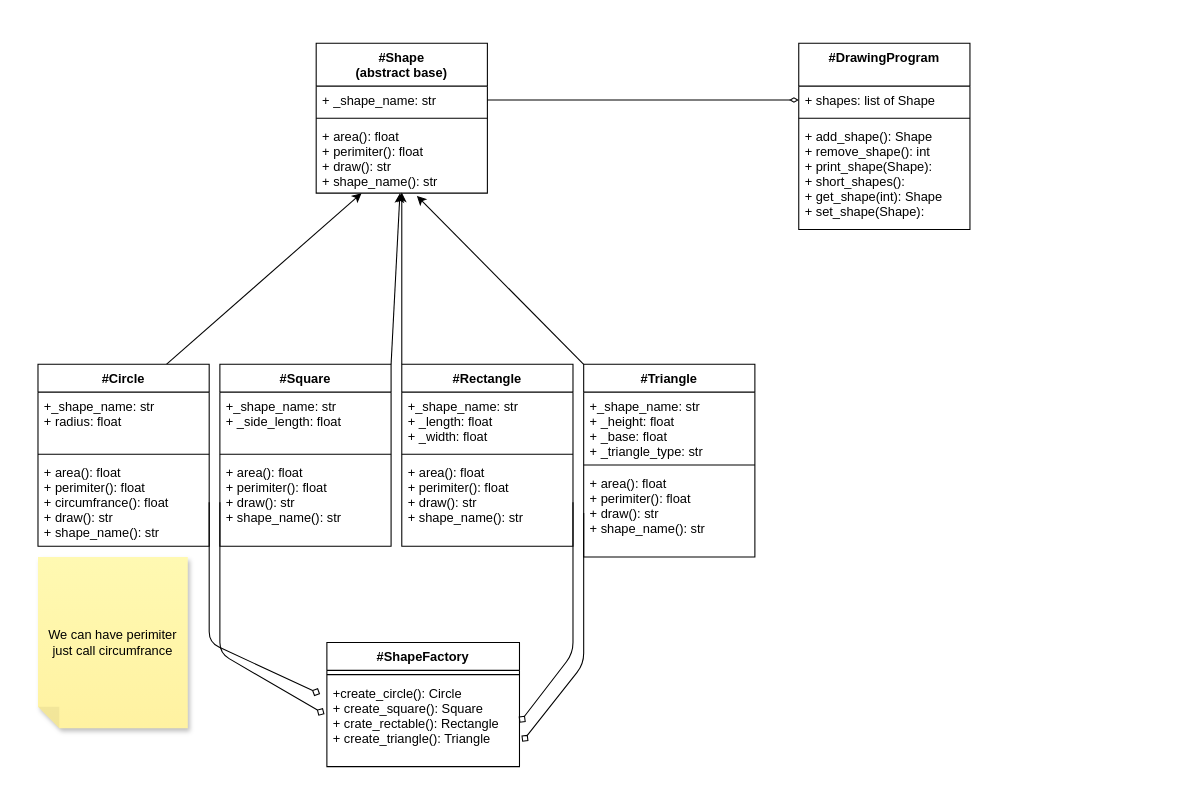
Earlier version of the draw.io diagram doc/drawing_program_classes.drawio (warlicks/drawing_program). Source tidied: cells renumbered, new cells numbered last; positions are measured from the earlier drawing's top-left corner, leaving out a move shared by most shapes. Both pictures are drawn from the tidied source at 107%, with x=0, y=0 at pixel (37, 43).
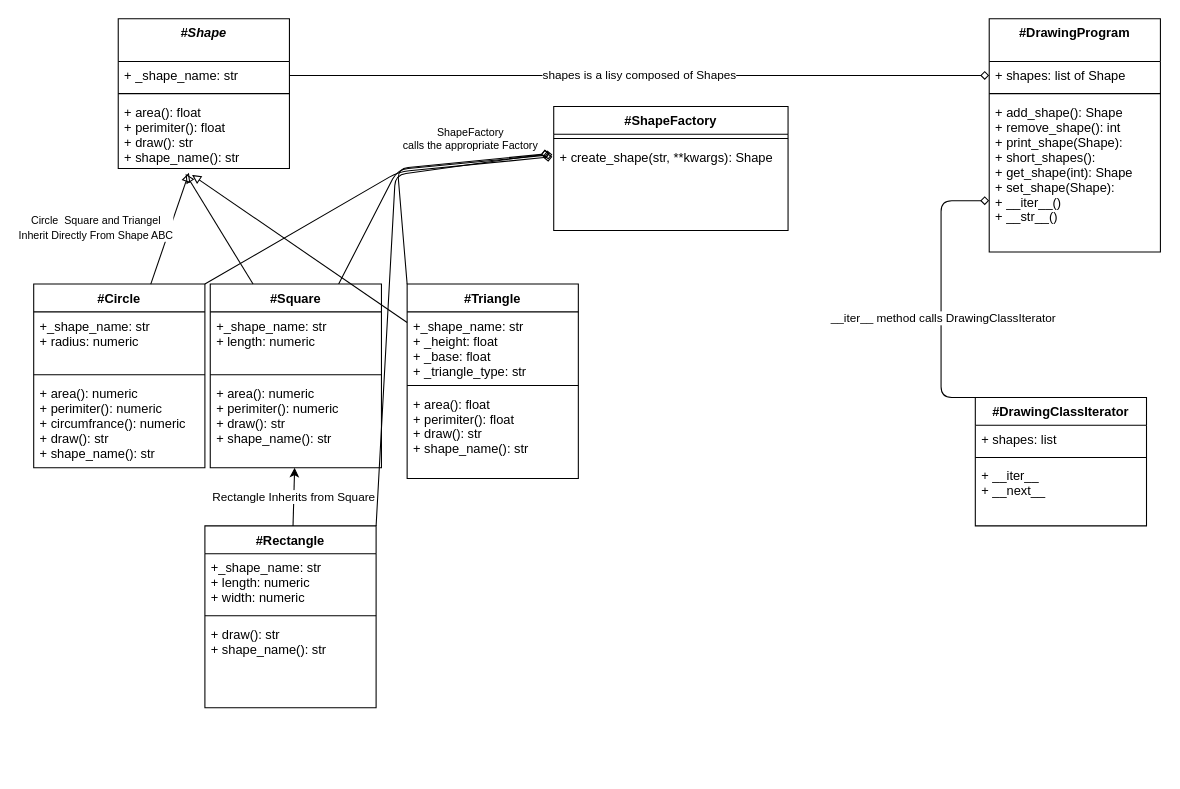
After the change.

Commit message (it also covers changes not shown here):
Update UML Diagram.

The change refers to these unchanged cells:
```xml
<mxCell id="3" value="+ _shape_name: str" style="text;strokeColor=none;fillColor=none;align=left;verticalAlign=top;spacingLeft=4;spacingRight=4;overflow=hidden;points=[[0,0.5],[1,0.5]];portConstraint=eastwest;" parent="2" vertex="1">
  <mxGeometry y="40" width="160" height="26" as="geometry" />
</mxCell>
<mxCell id="5" value="+ area(): float&#10;+ perimiter(): float&#10;+ draw(): str&#10;+ shape_name(): str&#10;" style="text;strokeColor=none;fillColor=none;align=left;verticalAlign=top;spacingLeft=4;spacingRight=4;overflow=hidden;points=[[0,0.5],[1,0.5]];portConstraint=eastwest;" parent="2" vertex="1">
  <mxGeometry y="74" width="160" height="66" as="geometry" />
</mxCell>
```

The edit, as a diff of the source:
```diff
@@
-    <mxCell id="2" value="#Shape&#10;(abstract base)" style="swimlane;fontStyle=1;align=center;verticalAlign=top;horizontal=1;startSize=40;" parent="1" vertex="1">
-      <mxGeometry x="260" width="160" height="140" as="geometry" />
+    <mxCell id="2" value="#Shape" style="swimlane;fontStyle=3;align=center;verticalAlign=top;horizontal=1;startSize=40;" parent="1" vertex="1">
+      <mxGeometry x="75" y="-23" width="160" height="140" as="geometry" />
     </mxCell>
@@
-    <mxCell id="6" style="edgeStyle=none;html=1;exitX=0.75;exitY=0;exitDx=0;exitDy=0;" parent="1" edge="1" source="7" target="5">
-      <mxGeometry relative="1" as="geometry" />
-    </mxCell>
+    <mxCell id="39" style="edgeStyle=none;html=1;exitX=1;exitY=0;exitDx=0;exitDy=0;entryX=-0.006;entryY=0.159;entryDx=0;entryDy=0;entryPerimeter=0;endArrow=diamond;endFill=0;" parent="1" edge="1" source="7" target="29">
+      <mxGeometry relative="1" as="geometry">
+        <Array as="points">
+          <mxPoint x="337" y="120" />
+        </Array>
+      </mxGeometry>
+    </mxCell>
+    <mxCell id="40" style="edgeStyle=none;html=1;exitX=0.75;exitY=0;exitDx=0;exitDy=0;entryX=-0.006;entryY=0.134;entryDx=0;entryDy=0;entryPerimeter=0;endArrow=diamond;endFill=0;" parent="1" edge="1" source="12" target="29">
+      <mxGeometry relative="1" as="geometry">
+        <Array as="points">
+          <mxPoint x="336" y="118" />
+        </Array>
+      </mxGeometry>
+    </mxCell>
+    <mxCell id="41" value="Rectangle Inherits from Square" style="edgeStyle=none;html=1;" parent="1" edge="1" source="17" target="15">
+      <mxGeometry relative="1" as="geometry" />
+    </mxCell>
+    <mxCell id="42" style="edgeStyle=none;html=1;exitX=1;exitY=0;exitDx=0;exitDy=0;entryX=-0.017;entryY=0.122;entryDx=0;entryDy=0;entryPerimeter=0;endArrow=diamond;endFill=0;" parent="1" edge="1" source="17" target="29">
+      <mxGeometry relative="1" as="geometry">
+        <Array as="points">
+          <mxPoint x="334" y="123" />
+        </Array>
+      </mxGeometry>
+    </mxCell>
+    <mxCell id="17" value="#Rectangle" style="swimlane;fontStyle=1;align=center;verticalAlign=top;horizontal=1;startSize=26;" parent="1" vertex="1">
+      <mxGeometry x="156" y="451" width="160" height="170" as="geometry" />
+    </mxCell>
+    <mxCell id="18" value="+_shape_name: str&#10;+ length: numeric&#10;+ width: numeric" style="text;strokeColor=none;fillColor=none;align=left;verticalAlign=top;spacingLeft=4;spacingRight=4;overflow=hidden;" parent="17" vertex="1">
+      <mxGeometry y="26" width="160" height="54" as="geometry" />
+    </mxCell>
+    <mxCell id="19" style="line;strokeWidth=1;fillColor=none;align=left;verticalAlign=middle;spacingTop=-1;spacingLeft=3;spacingRight=3;labelPosition=right;strokeColor=inherit;" parent="17" vertex="1">
+      <mxGeometry y="80" width="160" height="8" as="geometry" />
+    </mxCell>
+    <mxCell id="20" value="+ draw(): str&#10;+ shape_name(): str&#10;" style="text;strokeColor=none;fillColor=none;align=left;verticalAlign=top;spacingLeft=4;spacingRight=4;overflow=hidden;points=[[0,0.5],[1,0.5]];portConstraint=eastwest;" parent="17" vertex="1">
+      <mxGeometry y="88" width="160" height="82" as="geometry" />
+    </mxCell>
+    <mxCell id="43" style="edgeStyle=none;html=1;exitX=0;exitY=0;exitDx=0;exitDy=0;entryX=-0.017;entryY=0.122;entryDx=0;entryDy=0;entryPerimeter=0;endArrow=diamond;endFill=0;" parent="1" edge="1" source="23" target="29">
+      <mxGeometry relative="1" as="geometry">
+        <Array as="points">
+          <mxPoint x="336" y="117" />
+        </Array>
+      </mxGeometry>
+    </mxCell>
+    <mxCell id="27" value="#ShapeFactory" style="swimlane;fontStyle=1;align=center;verticalAlign=top;horizontal=1;startSize=26;" parent="1" vertex="1">
+      <mxGeometry x="482" y="59" width="219" height="116" as="geometry" />
+    </mxCell>
+    <mxCell id="28" style="line;strokeWidth=1;fillColor=none;align=left;verticalAlign=middle;spacingTop=-1;spacingLeft=3;spacingRight=3;labelPosition=right;strokeColor=inherit;" parent="27" vertex="1">
+      <mxGeometry y="26" width="219" height="8" as="geometry" />
+    </mxCell>
+    <mxCell id="29" value="+ create_shape(str, **kwargs): Shape" style="text;strokeColor=none;fillColor=none;align=left;verticalAlign=top;spacingLeft=4;spacingRight=4;overflow=hidden;points=[[0,0.5],[1,0.5]];portConstraint=eastwest;" parent="27" vertex="1">
+      <mxGeometry y="34" width="219" height="82" as="geometry" />
+    </mxCell>
+    <mxCell id="34" value="#DrawingProgram" style="swimlane;fontStyle=1;align=center;verticalAlign=top;horizontal=1;startSize=40;" parent="1" vertex="1">
+      <mxGeometry x="889" y="-23" width="160" height="218" as="geometry" />
+    </mxCell>
+    <mxCell id="35" value="+ shapes: list of Shape" style="text;strokeColor=none;fillColor=none;align=left;verticalAlign=top;spacingLeft=4;spacingRight=4;overflow=hidden;points=[[0,0.5],[1,0.5]];portConstraint=eastwest;" parent="34" vertex="1">
+      <mxGeometry y="40" width="160" height="26" as="geometry" />
+    </mxCell>
+    <mxCell id="36" style="line;strokeWidth=1;fillColor=none;align=left;verticalAlign=middle;spacingTop=-1;spacingLeft=3;spacingRight=3;labelPosition=right;strokeColor=inherit;" parent="34" vertex="1">
+      <mxGeometry y="66" width="160" height="8" as="geometry" />
+    </mxCell>
+    <mxCell id="37" value="+ add_shape(): Shape&#10;+ remove_shape(): int&#10;+ print_shape(Shape):&#10;+ short_shapes():&#10;+ get_shape(int): Shape&#10;+ set_shape(Shape): &#10;+ __iter__()&#10;+ __str__()" style="text;strokeColor=none;fillColor=none;align=left;verticalAlign=top;spacingLeft=4;spacingRight=4;overflow=hidden;points=[[0,0.5],[1,0.5]];portConstraint=eastwest;" parent="34" vertex="1">
+      <mxGeometry y="74" width="160" height="144" as="geometry" />
+    </mxCell>
+    <mxCell id="44" style="group;" parent="1" vertex="1">
+      <mxGeometry x="-4" y="225" width="509" height="182" as="geometry" />
+    </mxCell>
-    <mxCell id="7" value="#Circle" style="swimlane;fontStyle=1;align=center;verticalAlign=top;horizontal=1;startSize=26;" parent="1" vertex="1">
-      <mxGeometry y="300" width="160" height="170" as="geometry" />
+    <mxCell id="7" value="#Circle" style="swimlane;fontStyle=1;align=center;verticalAlign=top;horizontal=1;startSize=26;" parent="44" vertex="1">
+      <mxGeometry width="160" height="171.6" as="geometry" />
     </mxCell>
-    <mxCell id="8" value="+_shape_name: str&#10;+ radius: float" style="text;strokeColor=none;fillColor=none;align=left;verticalAlign=top;spacingLeft=4;spacingRight=4;overflow=hidden;" parent="7" vertex="1">
-      <mxGeometry y="26" width="160" height="54" as="geometry" />
+    <mxCell id="8" value="+_shape_name: str&#10;+ radius: numeric" style="text;strokeColor=none;fillColor=none;align=left;verticalAlign=top;spacingLeft=4;spacingRight=4;overflow=hidden;" parent="7" vertex="1">
+      <mxGeometry y="26" width="160" height="54.6" as="geometry" />
     </mxCell>
     <mxCell id="9" style="line;strokeWidth=1;fillColor=none;align=left;verticalAlign=middle;spacingTop=-1;spacingLeft=3;spacingRight=3;labelPosition=right;strokeColor=inherit;" parent="7" vertex="1">
-      <mxGeometry y="80" width="160" height="8" as="geometry" />
+      <mxGeometry y="80.6" width="160" height="8.1" as="geometry" />
     </mxCell>
-    <mxCell id="10" value="+ area(): float&#10;+ perimiter(): float&#10;+ circumfrance(): float&#10;+ draw(): str&#10;+ shape_name(): str&#10;" style="text;strokeColor=none;fillColor=none;align=left;verticalAlign=top;spacingLeft=4;spacingRight=4;overflow=hidden;points=[[0,0.5],[1,0.5]];portConstraint=eastwest;" parent="7" vertex="1">
-      <mxGeometry y="88" width="160" height="82" as="geometry" />
+    <mxCell id="10" value="+ area(): numeric&#10;+ perimiter(): numeric&#10;+ circumfrance(): numeric&#10;+ draw(): str&#10;+ shape_name(): str&#10;" style="text;strokeColor=none;fillColor=none;align=left;verticalAlign=top;spacingLeft=4;spacingRight=4;overflow=hidden;points=[[0,0.5],[1,0.5]];portConstraint=eastwest;" parent="7" vertex="1">
+      <mxGeometry y="88.7" width="160" height="82.9" as="geometry" />
     </mxCell>
-    <mxCell id="11" style="edgeStyle=none;html=1;exitX=1;exitY=0;exitDx=0;exitDy=0;" parent="1" edge="1" source="12" target="5">
-      <mxGeometry relative="1" as="geometry" />
-    </mxCell>
-    <mxCell id="12" value="#Square" style="swimlane;fontStyle=1;align=center;verticalAlign=top;horizontal=1;startSize=26;" parent="1" vertex="1">
-      <mxGeometry x="170" y="300" width="160" height="170" as="geometry" />
+    <mxCell id="12" value="#Square" style="swimlane;fontStyle=1;align=center;verticalAlign=top;horizontal=1;startSize=26;" parent="44" vertex="1">
+      <mxGeometry x="165" width="160" height="171.6" as="geometry" />
     </mxCell>
-    <mxCell id="13" value="+_shape_name: str&#10;+ _side_length: float" style="text;strokeColor=none;fillColor=none;align=left;verticalAlign=top;spacingLeft=4;spacingRight=4;overflow=hidden;" parent="12" vertex="1">
-      <mxGeometry y="26" width="160" height="54" as="geometry" />
+    <mxCell id="13" value="+_shape_name: str&#10;+ length: numeric" style="text;strokeColor=none;fillColor=none;align=left;verticalAlign=top;spacingLeft=4;spacingRight=4;overflow=hidden;" parent="12" vertex="1">
+      <mxGeometry y="26" width="160" height="54.6" as="geometry" />
     </mxCell>
     <mxCell id="14" style="line;strokeWidth=1;fillColor=none;align=left;verticalAlign=middle;spacingTop=-1;spacingLeft=3;spacingRight=3;labelPosition=right;strokeColor=inherit;" parent="12" vertex="1">
-      <mxGeometry y="80" width="160" height="8" as="geometry" />
+      <mxGeometry y="80.6" width="160" height="8.1" as="geometry" />
     </mxCell>
-    <mxCell id="15" value="+ area(): float&#10;+ perimiter(): float&#10;+ draw(): str&#10;+ shape_name(): str&#10;" style="text;strokeColor=none;fillColor=none;align=left;verticalAlign=top;spacingLeft=4;spacingRight=4;overflow=hidden;points=[[0,0.5],[1,0.5]];portConstraint=eastwest;" parent="12" vertex="1">
-      <mxGeometry y="88" width="160" height="82" as="geometry" />
+    <mxCell id="15" value="+ area(): numeric&#10;+ perimiter(): numeric&#10;+ draw(): str&#10;+ shape_name(): str&#10;" style="text;strokeColor=none;fillColor=none;align=left;verticalAlign=top;spacingLeft=4;spacingRight=4;overflow=hidden;points=[[0,0.5],[1,0.5]];portConstraint=eastwest;" parent="12" vertex="1">
+      <mxGeometry y="88.7" width="160" height="82.9" as="geometry" />
     </mxCell>
-    <mxCell id="16" style="edgeStyle=none;html=1;exitX=0;exitY=0;exitDx=0;exitDy=0;entryX=0.5;entryY=0.992;entryDx=0;entryDy=0;entryPerimeter=0;" parent="1" edge="1" source="17" target="5">
-      <mxGeometry relative="1" as="geometry" />
-    </mxCell>
-    <mxCell id="17" value="#Rectangle" style="swimlane;fontStyle=1;align=center;verticalAlign=top;horizontal=1;startSize=26;" parent="1" vertex="1">
-      <mxGeometry x="340" y="300" width="160" height="170" as="geometry" />
-    </mxCell>
-    <mxCell id="18" value="+_shape_name: str&#10;+ _length: float&#10;+ _width: float" style="text;strokeColor=none;fillColor=none;align=left;verticalAlign=top;spacingLeft=4;spacingRight=4;overflow=hidden;" parent="17" vertex="1">
-      <mxGeometry y="26" width="160" height="54" as="geometry" />
-    </mxCell>
-    <mxCell id="19" style="line;strokeWidth=1;fillColor=none;align=left;verticalAlign=middle;spacingTop=-1;spacingLeft=3;spacingRight=3;labelPosition=right;strokeColor=inherit;" parent="17" vertex="1">
-      <mxGeometry y="80" width="160" height="8" as="geometry" />
-    </mxCell>
-    <mxCell id="20" value="+ area(): float&#10;+ perimiter(): float&#10;+ draw(): str&#10;+ shape_name(): str&#10;" style="text;strokeColor=none;fillColor=none;align=left;verticalAlign=top;spacingLeft=4;spacingRight=4;overflow=hidden;points=[[0,0.5],[1,0.5]];portConstraint=eastwest;" parent="17" vertex="1">
-      <mxGeometry y="88" width="160" height="82" as="geometry" />
-    </mxCell>
-    <mxCell id="21" value="We can have perimiter just call circumfrance" style="shape=note;whiteSpace=wrap;html=1;backgroundOutline=1;fontColor=#000000;darkOpacity=0.05;fillColor=#FFF9B2;strokeColor=none;fillStyle=solid;direction=west;gradientDirection=north;gradientColor=#FFF2A1;shadow=1;size=20;" parent="1" vertex="1">
-      <mxGeometry y="480" width="140" height="160" as="geometry" />
-    </mxCell>
-    <mxCell id="22" style="edgeStyle=none;html=1;exitX=0;exitY=0;exitDx=0;exitDy=0;entryX=0.588;entryY=1.038;entryDx=0;entryDy=0;entryPerimeter=0;" parent="1" edge="1" source="23" target="5">
-      <mxGeometry relative="1" as="geometry" />
-    </mxCell>
-    <mxCell id="23" value="#Triangle" style="swimlane;fontStyle=1;align=center;verticalAlign=top;horizontal=1;startSize=26;" parent="1" vertex="1">
-      <mxGeometry x="510" y="300" width="160" height="180" as="geometry" />
+    <mxCell id="23" value="#Triangle" style="swimlane;fontStyle=1;align=center;verticalAlign=top;horizontal=1;startSize=26;" parent="44" vertex="1">
+      <mxGeometry x="349" width="160" height="181.7" as="geometry" />
     </mxCell>
     <mxCell id="24" value="+_shape_name: str&#10;+ _height: float&#10;+ _base: float&#10;+ _triangle_type: str" style="text;strokeColor=none;fillColor=none;align=left;verticalAlign=top;spacingLeft=4;spacingRight=4;overflow=hidden;" parent="23" vertex="1">
-      <mxGeometry y="26" width="160" height="64" as="geometry" />
+      <mxGeometry y="26" width="160" height="64.7" as="geometry" />
     </mxCell>
     <mxCell id="25" style="line;strokeWidth=1;fillColor=none;align=left;verticalAlign=middle;spacingTop=-1;spacingLeft=3;spacingRight=3;labelPosition=right;strokeColor=inherit;" parent="23" vertex="1">
-      <mxGeometry y="90" width="160" height="8" as="geometry" />
+      <mxGeometry y="90.7" width="160" height="8.1" as="geometry" />
     </mxCell>
     <mxCell id="26" value="+ area(): float&#10;+ perimiter(): float&#10;+ draw(): str&#10;+ shape_name(): str&#10;" style="text;strokeColor=none;fillColor=none;align=left;verticalAlign=top;spacingLeft=4;spacingRight=4;overflow=hidden;points=[[0,0.5],[1,0.5]];portConstraint=eastwest;" parent="23" vertex="1">
-      <mxGeometry y="98" width="160" height="82" as="geometry" />
+      <mxGeometry y="98.8" width="160" height="82.9" as="geometry" />
     </mxCell>
-    <mxCell id="27" value="#ShapeFactory" style="swimlane;fontStyle=1;align=center;verticalAlign=top;horizontal=1;startSize=26;" parent="1" vertex="1">
-      <mxGeometry x="270" y="560" width="180" height="116" as="geometry" />
-    </mxCell>
-    <mxCell id="28" style="line;strokeWidth=1;fillColor=none;align=left;verticalAlign=middle;spacingTop=-1;spacingLeft=3;spacingRight=3;labelPosition=right;strokeColor=inherit;" parent="27" vertex="1">
-      <mxGeometry y="26" width="180" height="8" as="geometry" />
-    </mxCell>
-    <mxCell id="29" value="+create_circle(): Circle&#10;+ create_square(): Square&#10;+ crate_rectable(): Rectangle&#10;+ create_triangle(): Triangle" style="text;strokeColor=none;fillColor=none;align=left;verticalAlign=top;spacingLeft=4;spacingRight=4;overflow=hidden;points=[[0,0.5],[1,0.5]];portConstraint=eastwest;" parent="27" vertex="1">
-      <mxGeometry y="34" width="180" height="82" as="geometry" />
-    </mxCell>
-    <mxCell id="30" style="edgeStyle=none;html=1;exitX=1;exitY=0.5;exitDx=0;exitDy=0;entryX=-0.035;entryY=0.172;entryDx=0;entryDy=0;entryPerimeter=0;endArrow=diamond;endFill=0;" parent="1" edge="1" source="10" target="29">
-      <mxGeometry relative="1" as="geometry">
-        <Array as="points">
-          <mxPoint x="160" y="560" />
-        </Array>
-      </mxGeometry>
-    </mxCell>
-    <mxCell id="31" style="edgeStyle=none;html=1;exitX=0;exitY=0.5;exitDx=0;exitDy=0;entryX=-0.012;entryY=0.402;entryDx=0;entryDy=0;entryPerimeter=0;endArrow=diamond;endFill=0;" parent="1" edge="1" source="15" target="29">
-      <mxGeometry relative="1" as="geometry">
-        <Array as="points">
-          <mxPoint x="170" y="570" />
-        </Array>
-      </mxGeometry>
-    </mxCell>
-    <mxCell id="32" style="edgeStyle=none;html=1;exitX=1;exitY=0.5;exitDx=0;exitDy=0;entryX=1;entryY=0.5;entryDx=0;entryDy=0;endArrow=diamond;endFill=0;" parent="1" edge="1" source="20" target="29">
-      <mxGeometry relative="1" as="geometry">
-        <Array as="points">
-          <mxPoint x="500" y="570" />
-        </Array>
-      </mxGeometry>
-    </mxCell>
-    <mxCell id="33" style="edgeStyle=none;html=1;exitX=0;exitY=0.5;exitDx=0;exitDy=0;entryX=1.014;entryY=0.717;entryDx=0;entryDy=0;entryPerimeter=0;endArrow=diamond;endFill=0;" parent="1" edge="1" source="26" target="29">
-      <mxGeometry relative="1" as="geometry">
-        <Array as="points">
-          <mxPoint x="510" y="580" />
-        </Array>
-      </mxGeometry>
-    </mxCell>
-    <mxCell id="34" value="#DrawingProgram" style="swimlane;fontStyle=1;align=center;verticalAlign=top;horizontal=1;startSize=40;" parent="1" vertex="1">
-      <mxGeometry x="711" width="160" height="174" as="geometry" />
-    </mxCell>
-    <mxCell id="35" value="+ shapes: list of Shape" style="text;strokeColor=none;fillColor=none;align=left;verticalAlign=top;spacingLeft=4;spacingRight=4;overflow=hidden;points=[[0,0.5],[1,0.5]];portConstraint=eastwest;" parent="34" vertex="1">
-      <mxGeometry y="40" width="160" height="26" as="geometry" />
-    </mxCell>
-    <mxCell id="36" style="line;strokeWidth=1;fillColor=none;align=left;verticalAlign=middle;spacingTop=-1;spacingLeft=3;spacingRight=3;labelPosition=right;strokeColor=inherit;" parent="34" vertex="1">
-      <mxGeometry y="66" width="160" height="8" as="geometry" />
-    </mxCell>
-    <mxCell id="37" value="+ add_shape(): Shape&#10;+ remove_shape(): int&#10;+ print_shape(Shape):&#10;+ short_shapes():&#10;+ get_shape(int): Shape&#10;+ set_shape(Shape): " style="text;strokeColor=none;fillColor=none;align=left;verticalAlign=top;spacingLeft=4;spacingRight=4;overflow=hidden;points=[[0,0.5],[1,0.5]];portConstraint=eastwest;" parent="34" vertex="1">
-      <mxGeometry y="74" width="160" height="100" as="geometry" />
-    </mxCell>
+    <mxCell id="6" style="html=1;entryX=0.413;entryY=1.061;entryDx=0;entryDy=0;entryPerimeter=0;endArrow=block;endFill=0;" parent="1" edge="1" source="7" target="5">
+      <mxGeometry relative="1" as="geometry" />
+    </mxCell>
+    <mxCell id="45" value="&lt;font style=&quot;font-size: 10px;&quot;&gt;Circle&amp;nbsp; Square and Triangel &lt;br&gt;Inherit Directly From Shape ABC&lt;/font&gt;" style="edgeLabel;html=1;align=center;verticalAlign=middle;" parent="6" vertex="1">
+      <mxGeometry x="0.29" y="-3" relative="1" as="geometry">
+        <mxPoint x="-78" y="13" as="offset" />
+      </mxGeometry>
+    </mxCell>
+    <mxCell id="46" style="edgeStyle=none;html=1;exitX=0.25;exitY=0;exitDx=0;exitDy=0;endArrow=block;endFill=0;" parent="1" edge="1" source="12">
+      <mxGeometry relative="1" as="geometry">
+        <mxPoint x="138" y="122" as="targetPoint" />
+      </mxGeometry>
+    </mxCell>
+    <mxCell id="47" style="edgeStyle=none;html=1;endArrow=block;endFill=0;" parent="1" edge="1" source="23">
+      <mxGeometry relative="1" as="geometry">
+        <mxPoint x="144" y="123" as="targetPoint" />
+      </mxGeometry>
+    </mxCell>
-    <mxCell id="38" style="edgeStyle=none;html=1;exitX=1;exitY=0.5;exitDx=0;exitDy=0;endArrow=diamondThin;endFill=0;" parent="1" edge="1" source="3" target="35">
+    <mxCell id="38" value="shapes is a lisy composed of Shapes" style="edgeStyle=none;html=1;exitX=1;exitY=0.5;exitDx=0;exitDy=0;entryX=0;entryY=0.5;entryDx=0;entryDy=0;endArrow=diamond;endFill=0;" parent="1" edge="1" source="3" target="35">
       <mxGeometry relative="1" as="geometry" />
     </mxCell>
+    <mxCell id="48" style="edgeStyle=elbowEdgeStyle;html=1;exitX=0;exitY=0;exitDx=0;exitDy=0;entryX=0;entryY=0.667;entryDx=0;entryDy=0;entryPerimeter=0;endArrow=diamond;endFill=0;" parent="1" edge="1" source="50" target="37">
+      <mxGeometry relative="1" as="geometry">
+        <Array as="points">
+          <mxPoint x="844" y="239" />
+        </Array>
+      </mxGeometry>
+    </mxCell>
+    <mxCell id="49" value="__iter__ method calls DrawingClassIterator" style="edgeLabel;html=1;align=center;verticalAlign=middle;" parent="48" vertex="1">
+      <mxGeometry x="-0.18" y="-1" relative="1" as="geometry" />
+    </mxCell>
+    <mxCell id="50" value="#DrawingClassIterator" style="swimlane;fontStyle=1;align=center;verticalAlign=top;horizontal=1;startSize=26;" parent="1" vertex="1">
+      <mxGeometry x="876" y="331" width="160" height="120" as="geometry" />
+    </mxCell>
+    <mxCell id="51" value="+ shapes: list" style="text;strokeColor=none;fillColor=none;align=left;verticalAlign=top;spacingLeft=4;spacingRight=4;overflow=hidden;" parent="50" vertex="1">
+      <mxGeometry y="26" width="160" height="26" as="geometry" />
+    </mxCell>
+    <mxCell id="52" style="line;strokeWidth=1;fillColor=none;align=left;verticalAlign=middle;spacingTop=-1;spacingLeft=3;spacingRight=3;labelPosition=right;strokeColor=inherit;" parent="50" vertex="1">
+      <mxGeometry y="52" width="160" height="8" as="geometry" />
+    </mxCell>
+    <mxCell id="53" value="+ __iter__&#10;+ __next__" style="text;strokeColor=none;fillColor=none;align=left;verticalAlign=top;spacingLeft=4;spacingRight=4;overflow=hidden;" parent="50" vertex="1">
+      <mxGeometry y="60" width="160" height="60" as="geometry" />
+    </mxCell>
+    <mxCell id="54" value="ShapeFactory&lt;br&gt;calls the appropriate Factory" style="text;html=1;align=center;verticalAlign=middle;strokeColor=none;fillColor=none;fontSize=10;" parent="1" vertex="1">
+      <mxGeometry x="332" y="71" width="144" height="36" as="geometry" />
+    </mxCell>
```
